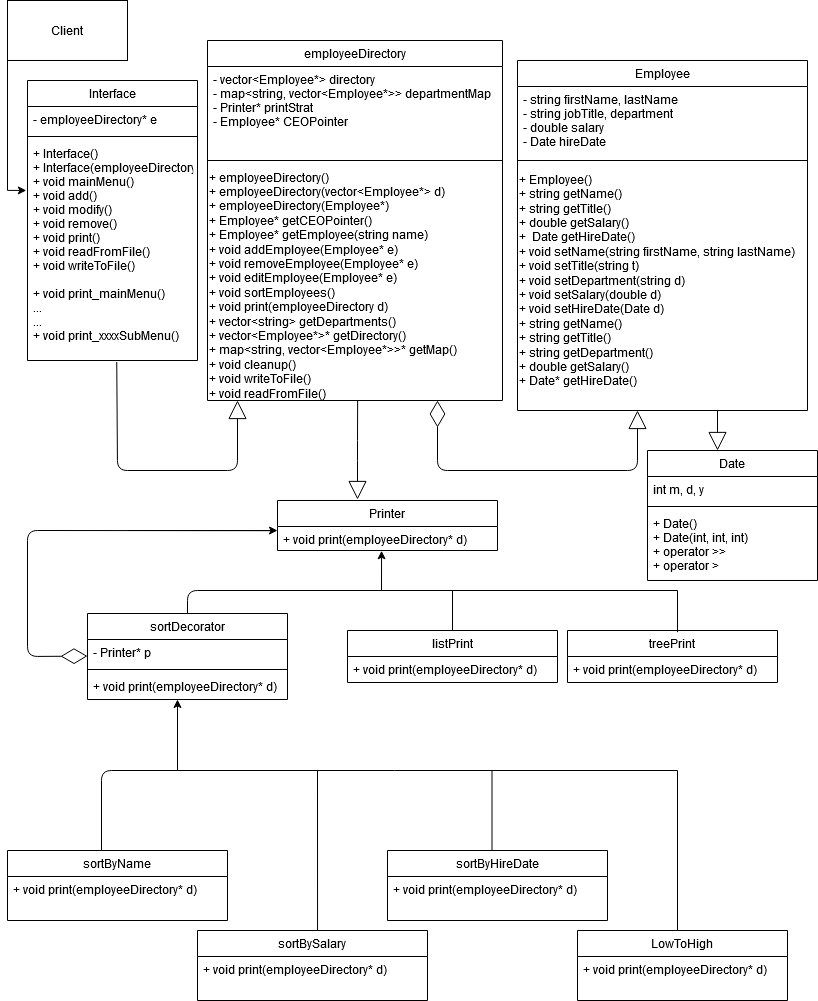
Earlier version of the draw.io export images/final_diagram.png (davids598/EmployeeDirectoryProgram). Source tidied: cells renumbered, new cells last; positions are measured from the earlier drawing's top-left corner, leaving out a move shared by most shapes.
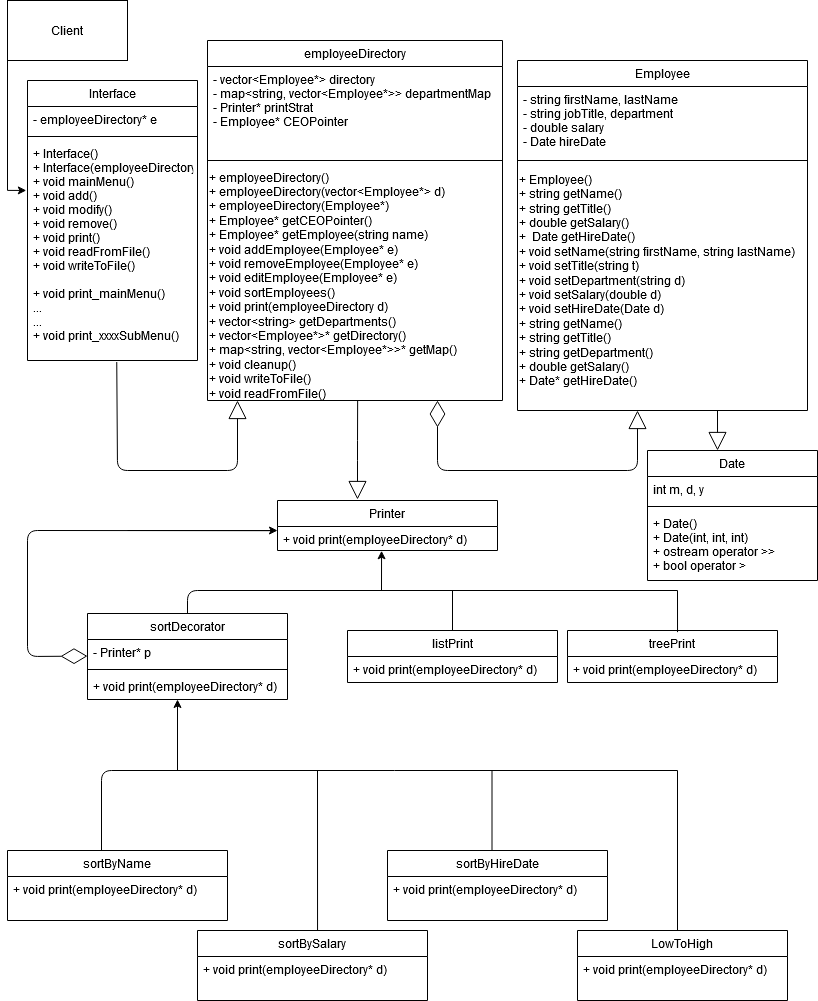
After the change.

Commit message:
updated class diagram

What changed in the source:
```diff
@@ -222,7 +222,7 @@
     <mxCell id="52" style="line;strokeWidth=1;fillColor=none;align=left;verticalAlign=middle;spacingTop=-1;spacingLeft=3;spacingRight=3;labelPosition=right;" parent="50" vertex="1">
       <mxGeometry y="52" width="170" height="8" as="geometry" />
     </mxCell>
-    <mxCell id="53" value="+ Date()&#10;+ Date(int, int, int)&#10;+ operator &gt;&gt;&#10;+ operator &gt;&#10;" style="text;strokeColor=none;fillColor=none;align=left;verticalAlign=top;spacingLeft=4;spacingRight=4;overflow=hidden;" parent="50" vertex="1">
+    <mxCell id="53" value="+ Date()&#10;+ Date(int, int, int)&#10;+ ostream operator &gt;&gt;&#10;+ bool operator &gt;&#10;" style="text;strokeColor=none;fillColor=none;align=left;verticalAlign=top;spacingLeft=4;spacingRight=4;overflow=hidden;" parent="50" vertex="1">
       <mxGeometry y="60" width="170" height="70" as="geometry" />
     </mxCell>
   </root>
```
